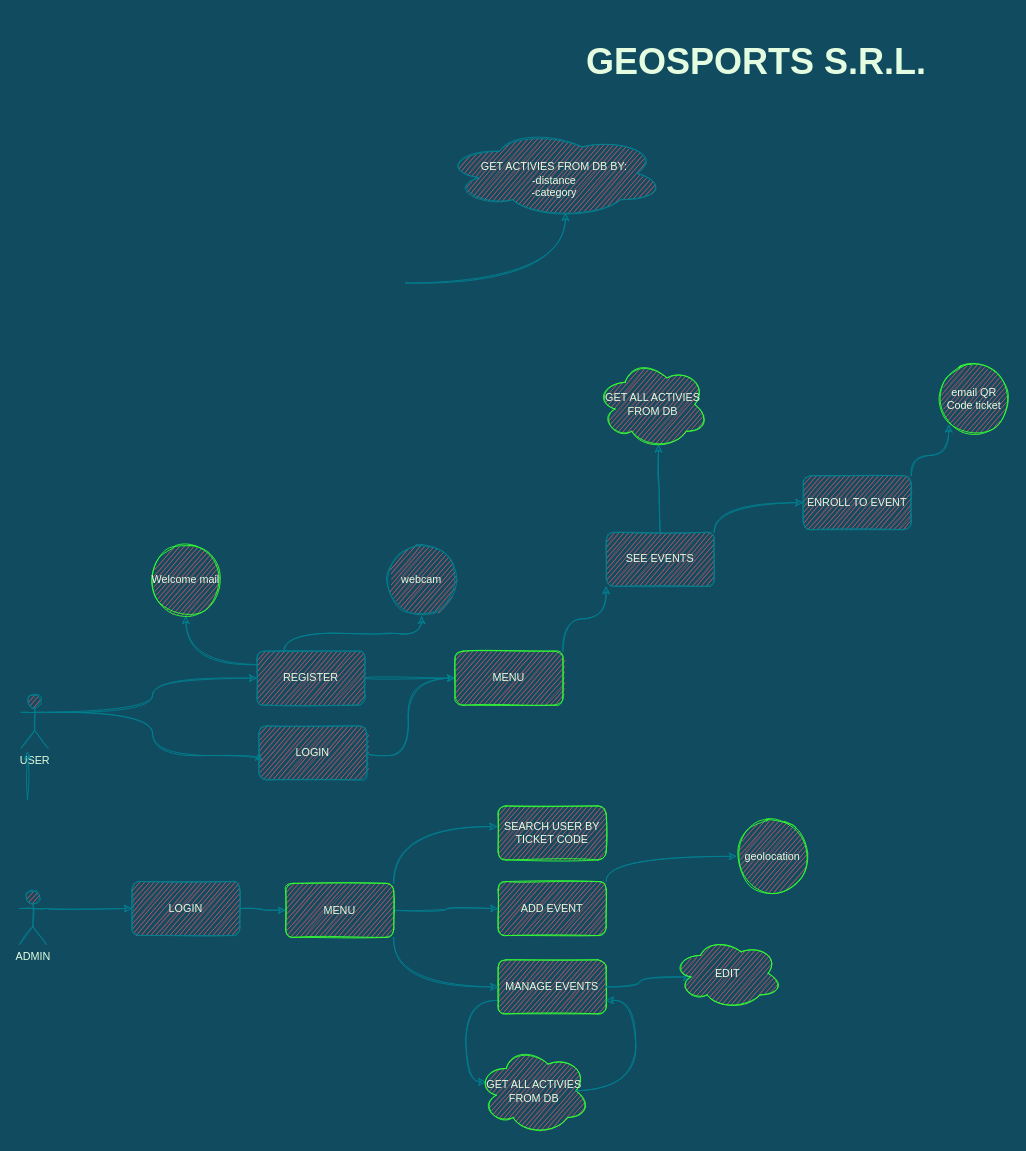
This is chs.drawio from ELSGY/GeoSports, a draw.io file, before an edit. Source tidied: cells renumbered, new cells numbered last; positions are measured from the earlier drawing's top-left corner, leaving out a move shared by most shapes. Both pictures are drawn from the tidied source at 90%, with x=0, y=0 at pixel (19, 15).
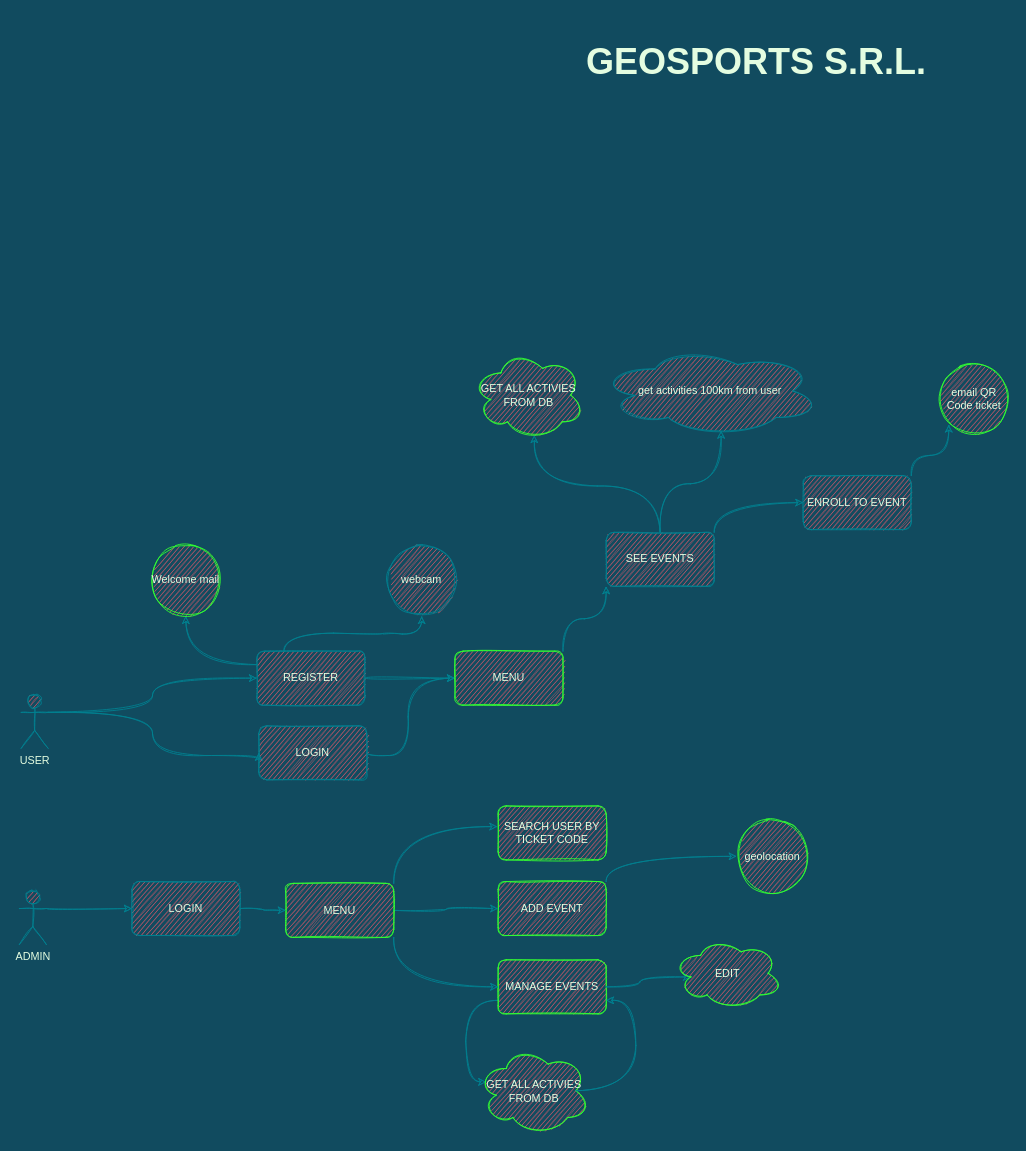
The same diagram, later.

Commit message (it also covers changes not shown here):
Done with registering user and getting default activities for user

The change refers to these unchanged cells:
```xml
<mxCell id="24" value="SEE EVENTS" style="whiteSpace=wrap;html=1;fillColor=#F45B69;strokeColor=#028090;fontColor=#E4FDE1;sketch=1;rounded=1;" parent="1" vertex="1">
  <mxGeometry x="652" y="574" width="120" height="60" as="geometry" />
</mxCell>
```

What changed in the source:
```diff
@@
-    <mxCell id="30" style="edgeStyle=orthogonalEdgeStyle;curved=1;rounded=1;sketch=1;jettySize=auto;html=1;exitX=1;exitY=0;exitDx=0;exitDy=0;entryX=0.55;entryY=0.95;entryDx=0;entryDy=0;entryPerimeter=0;fontSize=12;fontColor=#E4FDE1;strokeColor=#028090;fillColor=#F45B69;" parent="1" edge="1" target="42">
-      <mxGeometry relative="1" as="geometry">
-        <mxPoint x="429" y="297" as="sourcePoint" />
-      </mxGeometry>
+    <mxCell id="30" style="edgeStyle=orthogonalEdgeStyle;curved=1;rounded=1;sketch=1;jettySize=auto;html=1;exitX=0.5;exitY=0;exitDx=0;exitDy=0;entryX=0.55;entryY=0.95;entryDx=0;entryDy=0;entryPerimeter=0;fontSize=12;fontColor=#E4FDE1;strokeColor=#028090;fillColor=#F45B69;" parent="1" edge="1" source="24" target="42">
+      <mxGeometry relative="1" as="geometry" />
     </mxCell>
-    <mxCell id="31" style="edgeStyle=orthogonalEdgeStyle;curved=1;rounded=1;sketch=1;orthogonalLoop=1;jettySize=auto;html=1;exitX=0.5;exitY=0;exitDx=0;exitDy=0;fontSize=12;fontColor=#E4FDE1;strokeColor=#028090;fillColor=#F45B69;" parent="1" edge="1">
-      <mxGeometry relative="1" as="geometry">
-        <mxPoint x="9" y="871" as="sourcePoint" />
-        <mxPoint x="9.1" y="817.4" as="targetPoint" />
-      </mxGeometry>
-    </mxCell>
@@
     <mxCell id="40" value="GET ALL ACTIVIES FROM DB" style="ellipse;shape=cloud;whiteSpace=wrap;html=1;fontSize=12;fillColor=#F45B69;strokeColor=#33FF33;fontColor=#E4FDE1;sketch=1;rounded=1;" parent="1" vertex="1">
-      <mxGeometry x="642" y="382.5" width="124" height="99" as="geometry" />
+      <mxGeometry x="504" y="372" width="124" height="99" as="geometry" />
     </mxCell>
@@
-    <mxCell id="42" value="&lt;br&gt;GET ACTIVIES FROM DB BY:&lt;br&gt;-distance&lt;br&gt;-category" style="ellipse;shape=cloud;whiteSpace=wrap;html=1;fontSize=12;fillColor=#F45B69;strokeColor=#028090;fontColor=#E4FDE1;sketch=1;rounded=1;" parent="1" vertex="1">
-      <mxGeometry x="472" y="126" width="245" height="98" as="geometry" />
+    <mxCell id="42" value="get activities 100km from user" style="ellipse;shape=cloud;whiteSpace=wrap;html=1;fontSize=12;fillColor=#F45B69;strokeColor=#028090;fontColor=#E4FDE1;sketch=1;rounded=1;" parent="1" vertex="1">
+      <mxGeometry x="645" y="368" width="245" height="98" as="geometry" />
     </mxCell>
```
